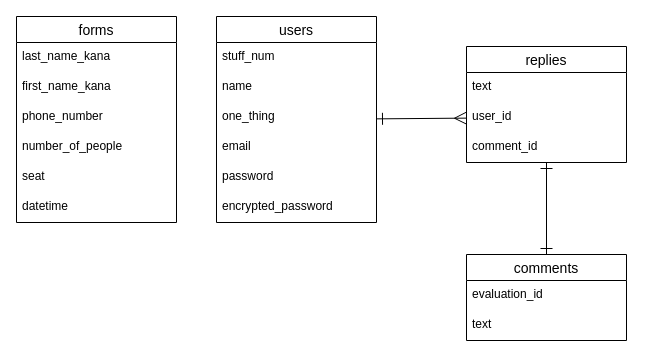
The draw.io diagram test.dio in hirona96/izakaya-kakusuke, before the edit. Source tidied: cells renumbered, new cells numbered last; positions are measured from the earlier drawing's top-left corner, leaving out a move shared by most shapes. Both pictures are drawn from the tidied source at 100%, with x=0, y=0 at pixel (16, 16).
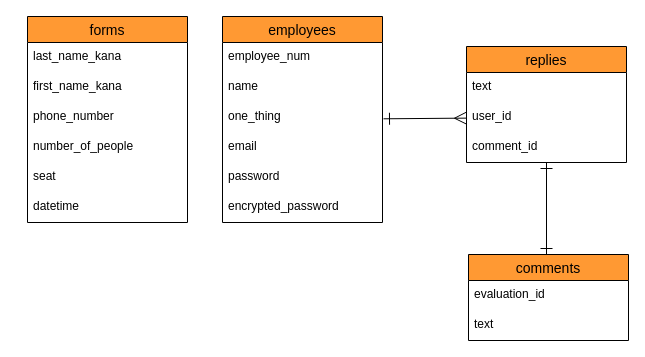
After the change.

The edit, as a diff of the source:
```diff
@@
-<mxGraphModel>
+<mxGraphModel background="#ffffff">
@@
-    <mxCell id="2" style="edgeStyle=none;html=1;startArrow=ERone;startFill=0;endArrow=ERone;endFill=0;endSize=10;startSize=10;" parent="1" edge="1" source="3" target="24">
-      <mxGeometry relative="1" as="geometry" />
+    <mxCell id="2" style="edgeStyle=none;html=1;startArrow=ERone;startFill=0;endArrow=ERone;endFill=0;endSize=10;startSize=10;rounded=0;strokeColor=#000000;" parent="1" edge="1" target="24">
+      <mxGeometry relative="1" as="geometry">
+        <mxPoint x="530" y="238" as="sourcePoint" />
+      </mxGeometry>
     </mxCell>
+    <mxCell id="13" style="edgeStyle=none;html=1;endArrow=ERmany;endFill=0;startArrow=ERone;startFill=0;endSize=10;startSize=10;rounded=0;strokeColor=#000000;" parent="1" edge="1" target="23">
+      <mxGeometry relative="1" as="geometry">
+        <mxPoint x="367" y="102.3" as="sourcePoint" />
+      </mxGeometry>
+    </mxCell>
+    <mxCell id="21" value="replies" style="swimlane;fontStyle=0;horizontal=1;startSize=26;align=center;fontSize=14;swimlaneFillColor=#FFFFFF;rounded=0;fillColor=#FF9933;labelBackgroundColor=none;fontColor=#000000;strokeWidth=1;strokeColor=#000000;" parent="1" vertex="1">
+      <mxGeometry x="450" y="30" width="160" height="116" as="geometry" />
+    </mxCell>
+    <mxCell id="22" value="text" style="text;strokeColor=none;fillColor=none;spacingLeft=4;spacingRight=4;overflow=hidden;fontSize=12;rounded=0;fontColor=#000000;" parent="21" vertex="1">
+      <mxGeometry y="26" width="160" height="30" as="geometry" />
+    </mxCell>
+    <mxCell id="23" value="user_id" style="text;strokeColor=none;fillColor=none;spacingLeft=4;spacingRight=4;overflow=hidden;points=[[0,0.5],[1,0.5]];portConstraint=eastwest;fontSize=12;rounded=0;labelBackgroundColor=none;fontColor=#000000;" parent="21" vertex="1">
+      <mxGeometry y="56" width="160" height="30" as="geometry" />
+    </mxCell>
+    <mxCell id="24" value="comment_id" style="text;strokeColor=none;fillColor=none;spacingLeft=4;spacingRight=4;overflow=hidden;points=[[0,0.5],[1,0.5]];portConstraint=eastwest;fontSize=12;rounded=0;fontColor=#000000;" parent="21" vertex="1">
+      <mxGeometry y="86" width="160" height="30" as="geometry" />
+    </mxCell>
-    <mxCell id="3" value="comments" style="swimlane;fontStyle=0;horizontal=1;startSize=26;align=center;fontSize=14;swimlaneFillColor=default;" parent="1" vertex="1">
-      <mxGeometry x="450" y="238" width="160" height="86" as="geometry" />
+    <mxCell id="3" value="comments" style="swimlane;fontStyle=0;horizontal=1;startSize=26;align=center;fontSize=14;swimlaneFillColor=#FFFFFF;rounded=0;fillColor=#FF9933;labelBackgroundColor=none;fontColor=#000000;strokeWidth=1;strokeColor=#000000;" parent="1" vertex="1">
+      <mxGeometry x="452" y="238" width="160" height="86" as="geometry" />
     </mxCell>
-    <mxCell id="4" value="evaluation_id" style="text;strokeColor=none;fillColor=none;spacingLeft=4;spacingRight=4;overflow=hidden;fontSize=12;" parent="3" vertex="1">
+    <mxCell id="4" value="evaluation_id" style="text;strokeColor=none;fillColor=none;spacingLeft=4;spacingRight=4;overflow=hidden;fontSize=12;rounded=0;fontColor=#000000;" parent="3" vertex="1">
       <mxGeometry y="26" width="160" height="30" as="geometry" />
     </mxCell>
-    <mxCell id="5" value="text" style="text;strokeColor=none;fillColor=none;spacingLeft=4;spacingRight=4;overflow=hidden;fontSize=12;" parent="3" vertex="1">
+    <mxCell id="5" value="text" style="text;strokeColor=none;fillColor=none;spacingLeft=4;spacingRight=4;overflow=hidden;fontSize=12;rounded=0;fontColor=#000000;" parent="3" vertex="1">
       <mxGeometry y="56" width="160" height="30" as="geometry" />
     </mxCell>
-    <mxCell id="6" value="forms" style="swimlane;fontStyle=0;horizontal=1;startSize=26;align=center;fontSize=14;swimlaneFillColor=default;" parent="1" vertex="1">
-      <mxGeometry width="160" height="206" as="geometry" />
+    <mxCell id="6" value="forms" style="swimlane;fontStyle=0;horizontal=1;startSize=26;align=center;fontSize=14;swimlaneFillColor=#FFFFFF;rounded=0;fillColor=#FF9933;labelBackgroundColor=none;fontColor=#000000;strokeWidth=1;strokeColor=#000000;" parent="1" vertex="1">
+      <mxGeometry x="11" width="160" height="206" as="geometry" />
     </mxCell>
-    <mxCell id="7" value="last_name_kana" style="text;strokeColor=none;fillColor=none;spacingLeft=4;spacingRight=4;overflow=hidden;fontSize=12;" parent="6" vertex="1">
+    <mxCell id="7" value="last_name_kana" style="text;strokeColor=none;fillColor=none;spacingLeft=4;spacingRight=4;overflow=hidden;fontSize=12;rounded=0;fontColor=#000000;" parent="6" vertex="1">
       <mxGeometry y="26" width="160" height="30" as="geometry" />
     </mxCell>
-    <mxCell id="8" value="first_name_kana" style="text;strokeColor=none;fillColor=none;spacingLeft=4;spacingRight=4;overflow=hidden;fontSize=12;" parent="6" vertex="1">
+    <mxCell id="8" value="first_name_kana" style="text;strokeColor=none;fillColor=none;spacingLeft=4;spacingRight=4;overflow=hidden;fontSize=12;rounded=0;fontColor=#000000;" parent="6" vertex="1">
       <mxGeometry y="56" width="160" height="30" as="geometry" />
     </mxCell>
-    <mxCell id="9" value="phone_number" style="text;strokeColor=none;fillColor=none;spacingLeft=4;spacingRight=4;overflow=hidden;fontSize=12;" parent="6" vertex="1">
+    <mxCell id="9" value="phone_number" style="text;strokeColor=none;fillColor=none;spacingLeft=4;spacingRight=4;overflow=hidden;fontSize=12;rounded=0;fontColor=#000000;" parent="6" vertex="1">
       <mxGeometry y="86" width="160" height="30" as="geometry" />
     </mxCell>
-    <mxCell id="10" value="number_of_people&#10;" style="text;strokeColor=none;fillColor=none;spacingLeft=4;spacingRight=4;overflow=hidden;fontSize=12;" parent="6" vertex="1">
+    <mxCell id="10" value="number_of_people" style="text;strokeColor=none;fillColor=none;spacingLeft=4;spacingRight=4;overflow=hidden;fontSize=12;rounded=0;fontColor=#000000;" parent="6" vertex="1">
       <mxGeometry y="116" width="160" height="30" as="geometry" />
     </mxCell>
-    <mxCell id="11" value="seat" style="text;strokeColor=none;fillColor=none;spacingLeft=4;spacingRight=4;overflow=hidden;fontSize=12;" parent="6" vertex="1">
+    <mxCell id="11" value="seat" style="text;strokeColor=none;fillColor=none;spacingLeft=4;spacingRight=4;overflow=hidden;fontSize=12;rounded=0;fontColor=#000000;" parent="6" vertex="1">
       <mxGeometry y="146" width="160" height="30" as="geometry" />
     </mxCell>
-    <mxCell id="12" value="datetime" style="text;strokeColor=none;fillColor=none;spacingLeft=4;spacingRight=4;overflow=hidden;fontSize=12;" parent="6" vertex="1">
+    <mxCell id="12" value="datetime" style="text;strokeColor=none;fillColor=none;spacingLeft=4;spacingRight=4;overflow=hidden;fontSize=12;rounded=0;fontColor=#000000;" parent="6" vertex="1">
       <mxGeometry y="176" width="160" height="30" as="geometry" />
     </mxCell>
-    <mxCell id="13" style="edgeStyle=none;html=1;endArrow=ERmany;endFill=0;startArrow=ERone;startFill=0;endSize=10;startSize=10;" parent="1" edge="1" source="14" target="23">
-      <mxGeometry relative="1" as="geometry" />
-    </mxCell>
-    <mxCell id="14" value="users" style="swimlane;fontStyle=0;horizontal=1;startSize=26;align=center;fontSize=14;labelBackgroundColor=none;swimlaneFillColor=default;" parent="1" vertex="1">
-      <mxGeometry x="200" width="160" height="206" as="geometry" />
-    </mxCell>
-    <mxCell id="15" value="stuff_num" style="text;strokeColor=none;fillColor=none;spacingLeft=4;spacingRight=4;overflow=hidden;fontSize=12;" parent="14" vertex="1">
-      <mxGeometry y="26" width="160" height="30" as="geometry" />
-    </mxCell>
+    <mxCell id="25" value="employees" style="swimlane;fontStyle=0;horizontal=1;startSize=26;align=center;fontSize=14;swimlaneFillColor=#FFFFFF;rounded=0;fillColor=#FF9933;labelBackgroundColor=none;fontColor=#000000;strokeWidth=1;strokeColor=#000000;" parent="1" vertex="1">
+      <mxGeometry x="206" width="160" height="206" as="geometry" />
+    </mxCell>
+    <mxCell id="26" value="employee_num&#10;" style="text;strokeColor=none;fillColor=none;spacingLeft=4;spacingRight=4;overflow=hidden;fontSize=12;rounded=0;fontColor=#000000;" parent="25" vertex="1">
+      <mxGeometry y="26" width="160" height="30" as="geometry" />
+    </mxCell>
-    <mxCell id="16" value="name" style="text;strokeColor=none;fillColor=none;spacingLeft=4;spacingRight=4;overflow=hidden;fontSize=12;" parent="14" vertex="1">
+    <mxCell id="16" value="name" style="text;strokeColor=none;fillColor=none;spacingLeft=4;spacingRight=4;overflow=hidden;fontSize=12;rounded=0;labelBackgroundColor=none;fontColor=#000000;" parent="25" vertex="1">
       <mxGeometry y="56" width="160" height="30" as="geometry" />
     </mxCell>
-    <mxCell id="17" value="one_thing" style="text;strokeColor=none;fillColor=none;spacingLeft=4;spacingRight=4;overflow=hidden;fontSize=12;" parent="14" vertex="1">
+    <mxCell id="17" value="one_thing&#10;" style="text;strokeColor=none;fillColor=none;spacingLeft=4;spacingRight=4;overflow=hidden;fontSize=12;rounded=0;fontColor=#000000;" parent="25" vertex="1">
       <mxGeometry y="86" width="160" height="30" as="geometry" />
     </mxCell>
-    <mxCell id="18" value="email" style="text;strokeColor=none;fillColor=none;spacingLeft=4;spacingRight=4;overflow=hidden;fontSize=12;" parent="14" vertex="1">
+    <mxCell id="18" value="email" style="text;strokeColor=none;fillColor=none;spacingLeft=4;spacingRight=4;overflow=hidden;fontSize=12;rounded=0;fontColor=#000000;" parent="25" vertex="1">
       <mxGeometry y="116" width="160" height="30" as="geometry" />
     </mxCell>
-    <mxCell id="19" value="password" style="text;strokeColor=none;fillColor=none;spacingLeft=4;spacingRight=4;overflow=hidden;fontSize=12;" parent="14" vertex="1">
+    <mxCell id="19" value="password" style="text;strokeColor=none;fillColor=none;spacingLeft=4;spacingRight=4;overflow=hidden;fontSize=12;rounded=0;fontColor=#000000;" parent="25" vertex="1">
       <mxGeometry y="146" width="160" height="30" as="geometry" />
     </mxCell>
-    <mxCell id="20" value="encrypted_password" style="text;strokeColor=none;fillColor=none;spacingLeft=4;spacingRight=4;overflow=hidden;fontSize=12;" parent="14" vertex="1">
+    <mxCell id="20" value="encrypted_password" style="text;strokeColor=none;fillColor=none;spacingLeft=4;spacingRight=4;overflow=hidden;fontSize=12;rounded=0;fontColor=#000000;" parent="25" vertex="1">
       <mxGeometry y="176" width="160" height="30" as="geometry" />
     </mxCell>
-    <mxCell id="21" value="replies" style="swimlane;fontStyle=0;horizontal=1;startSize=26;align=center;fontSize=14;swimlaneFillColor=default;" parent="1" vertex="1">
-      <mxGeometry x="450" y="30" width="160" height="116" as="geometry" />
-    </mxCell>
-    <mxCell id="22" value="text" style="text;strokeColor=none;fillColor=none;spacingLeft=4;spacingRight=4;overflow=hidden;fontSize=12;" parent="21" vertex="1">
-      <mxGeometry y="26" width="160" height="30" as="geometry" />
-    </mxCell>
-    <mxCell id="23" value="user_id" style="text;strokeColor=none;fillColor=none;spacingLeft=4;spacingRight=4;overflow=hidden;points=[[0,0.5],[1,0.5]];portConstraint=eastwest;fontSize=12;" parent="21" vertex="1">
-      <mxGeometry y="56" width="160" height="30" as="geometry" />
-    </mxCell>
-    <mxCell id="24" value="comment_id" style="text;strokeColor=none;fillColor=none;spacingLeft=4;spacingRight=4;overflow=hidden;points=[[0,0.5],[1,0.5]];portConstraint=eastwest;fontSize=12;" parent="21" vertex="1">
-      <mxGeometry y="86" width="160" height="30" as="geometry" />
-    </mxCell>
```
